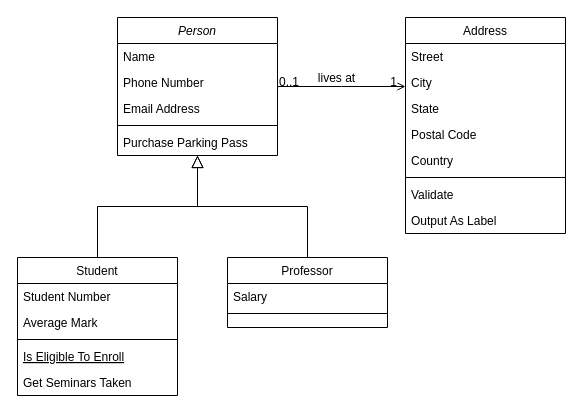
This is Untitled Diagram.drawio from IngLuisNavas/Proyecto-del-profesor---DESARROLLO-DE-APLICACIONES-WEB-2021-4-1711-B16-Presencial, a draw.io file, before an edit. Source tidied: cells renumbered, new cells numbered last; positions are measured from the earlier drawing's top-left corner, leaving out a move shared by most shapes. Both pictures are drawn from the tidied source at 100%, with x=0, y=0 at pixel (17, 17).
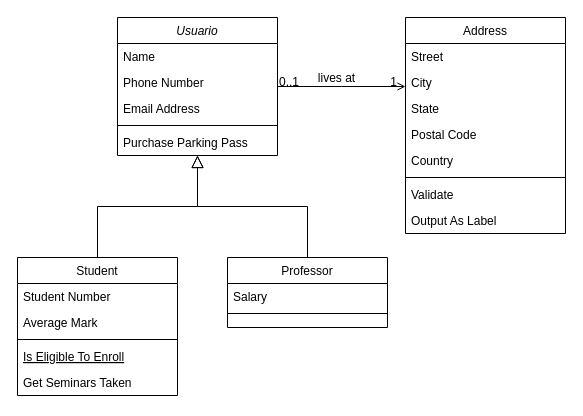
The same diagram, later.

Commit message:
Diagrama de clases y objetos sprint2.drawio

Diff of the diagram source:
```diff
@@
-    <mxCell id="2" value="Person" style="swimlane;fontStyle=2;align=center;verticalAlign=top;horizontal=1;startSize=26;rounded=0;shadow=0;strokeWidth=1;" parent="1" vertex="1">
+    <mxCell id="2" value="Usuario" style="swimlane;fontStyle=2;align=center;verticalAlign=top;horizontal=1;startSize=26;rounded=0;shadow=0;strokeWidth=1;" parent="1" vertex="1">
       <mxGeometry x="100" width="160" height="138" as="geometry" />
     </mxCell>
```
